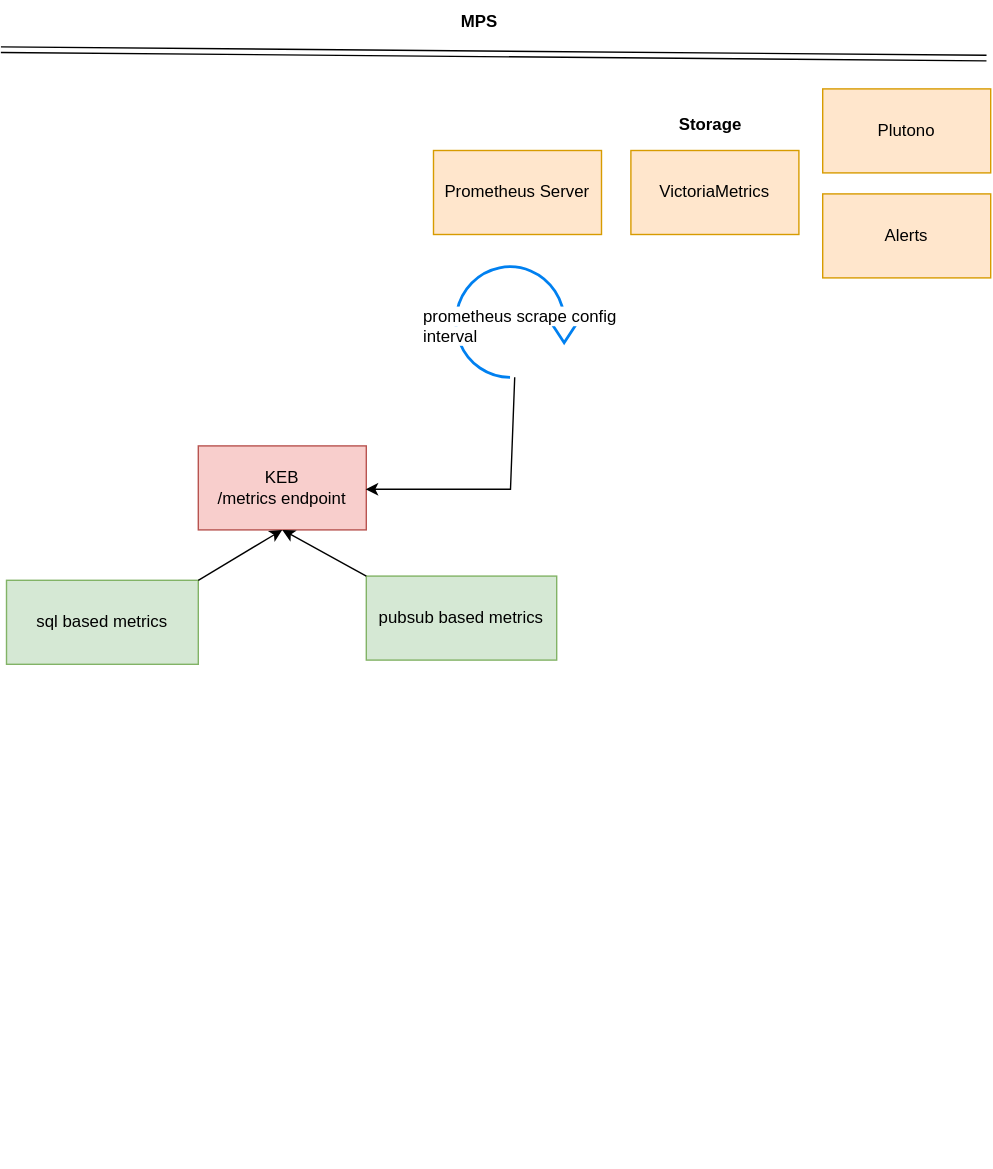
Above: docs/assets/metrics.svg in ukff/kyma-environment-broker (draw.io), before the change. Source tidied: cells renumbered, new cells last; positions are measured from the earlier drawing's top-left corner, leaving out a move shared by most shapes. The source it was exported from:
```xml
<mxGraphModel>
  <root>
    <mxCell id="0" />
    <mxCell id="1" parent="0" />
    <mxCell id="2" value="KEB&lt;br&gt;/metrics endpoint" style="rounded=0;whiteSpace=wrap;html=1;fillColor=#f8cecc;strokeColor=#b85450;" parent="1" vertex="1">
      <mxGeometry x="141" y="318" width="120" height="60" as="geometry" />
    </mxCell>
    <mxCell id="3" style="edgeStyle=orthogonalEdgeStyle;rounded=0;jettySize=auto;html=1;" parent="1" edge="1" source="4">
      <mxGeometry relative="1" as="geometry">
        <mxPoint x="260.5" y="349" as="targetPoint" />
        <Array as="points">
          <mxPoint x="364" y="349" />
        </Array>
      </mxGeometry>
    </mxCell>
    <mxCell id="4" style="html=1;verticalLabelPosition=bottom;align=center;labelBackgroundColor=#ffffff;verticalAlign=top;strokeWidth=2;strokeColor=#0080F0;shadow=0;dashed=0;shape=mxgraph.ios7.icons.reload;rotation=90;" parent="1" vertex="1">
      <mxGeometry x="329" y="186" width="79" height="87" as="geometry" />
    </mxCell>
    <mxCell id="5" value="&lt;span style=&quot;color: rgb(0, 0, 0); font-family: Helvetica; font-size: 12px; font-style: normal; font-variant-ligatures: normal; font-variant-caps: normal; font-weight: 400; letter-spacing: normal; orphans: 2; text-align: center; text-indent: 0px; text-transform: none; widows: 2; word-spacing: 0px; -webkit-text-stroke-width: 0px; background-color: rgb(255, 255, 255); text-decoration-thickness: initial; text-decoration-style: initial; text-decoration-color: initial; float: none; display: inline !important;&quot;&gt;prometheus scrape config interval&lt;/span&gt;" style="text;whiteSpace=wrap;html=1;" parent="1" vertex="1">
      <mxGeometry x="300" y="211.5" width="141" height="36" as="geometry" />
    </mxCell>
    <mxCell id="6" value="Prometheus Server" style="rounded=0;whiteSpace=wrap;html=1;fillColor=#ffe6cc;strokeColor=#d79b00;" parent="1" vertex="1">
      <mxGeometry x="309" y="107" width="120" height="60" as="geometry" />
    </mxCell>
    <mxCell id="7" value="VictoriaMetrics" style="rounded=0;whiteSpace=wrap;html=1;fillColor=#ffe6cc;strokeColor=#d79b00;" parent="1" vertex="1">
      <mxGeometry x="450" y="107" width="120" height="60" as="geometry" />
    </mxCell>
    <mxCell id="8" value="pubsub based metrics" style="rounded=0;whiteSpace=wrap;html=1;fillColor=#d5e8d4;strokeColor=#82b366;" parent="1" vertex="1">
      <mxGeometry x="261" y="411" width="136" height="60" as="geometry" />
    </mxCell>
    <mxCell id="9" value="sql based metrics" style="rounded=0;whiteSpace=wrap;html=1;fillColor=#d5e8d4;strokeColor=#82b366;" parent="1" vertex="1">
      <mxGeometry x="4" y="414" width="137" height="60" as="geometry" />
    </mxCell>
    <mxCell id="10" value="Plutono" style="rounded=0;whiteSpace=wrap;html=1;fillColor=#ffe6cc;strokeColor=#d79b00;" parent="1" vertex="1">
      <mxGeometry x="587" y="63" width="120" height="60" as="geometry" />
    </mxCell>
    <mxCell id="11" value="&lt;b&gt;Storage&lt;/b&gt;" style="text;html=1;strokeColor=none;fillColor=none;align=center;verticalAlign=middle;whiteSpace=wrap;rounded=0;" parent="1" vertex="1">
      <mxGeometry x="477" y="74" width="60" height="30" as="geometry" />
    </mxCell>
    <mxCell id="12" style="edgeStyle=orthogonalEdgeStyle;rounded=0;orthogonalLoop=1;jettySize=auto;html=1;exitX=0.5;exitY=1;exitDx=0;exitDy=0;" parent="1" edge="1">
      <mxGeometry relative="1" as="geometry">
        <mxPoint x="232" y="826" as="sourcePoint" />
        <mxPoint x="232" y="826" as="targetPoint" />
      </mxGeometry>
    </mxCell>
    <mxCell id="13" value="Alerts" style="rounded=0;whiteSpace=wrap;html=1;fillColor=#ffe6cc;strokeColor=#d79b00;" parent="1" vertex="1">
      <mxGeometry x="587" y="138" width="120" height="60" as="geometry" />
    </mxCell>
    <mxCell id="14" style="shape=link;html=1;rounded=0;" parent="1" edge="1">
      <mxGeometry relative="1" as="geometry">
        <mxPoint x="704" y="41" as="sourcePoint" />
        <mxPoint y="35" as="targetPoint" />
      </mxGeometry>
    </mxCell>
    <mxCell id="15" value="&lt;b&gt;MPS&lt;/b&gt;" style="text;html=1;strokeColor=none;fillColor=none;align=center;verticalAlign=middle;whiteSpace=wrap;rounded=0;" parent="1" vertex="1">
      <mxGeometry x="312" width="60" height="30" as="geometry" />
    </mxCell>
    <mxCell id="16" style="endArrow=classic;html=1;rounded=0;entryX=0.5;entryY=1;entryDx=0;entryDy=0;exitX=1;exitY=0;exitDx=0;exitDy=0;" parent="1" edge="1" source="9" target="2">
      <mxGeometry relative="1" as="geometry" />
    </mxCell>
    <mxCell id="17" style="endArrow=classic;html=1;rounded=0;entryX=0.5;entryY=1;entryDx=0;entryDy=0;exitX=0;exitY=0;exitDx=0;exitDy=0;" parent="1" edge="1" source="8" target="2">
      <mxGeometry relative="1" as="geometry" />
    </mxCell>
  </root>
</mxGraphModel>
```
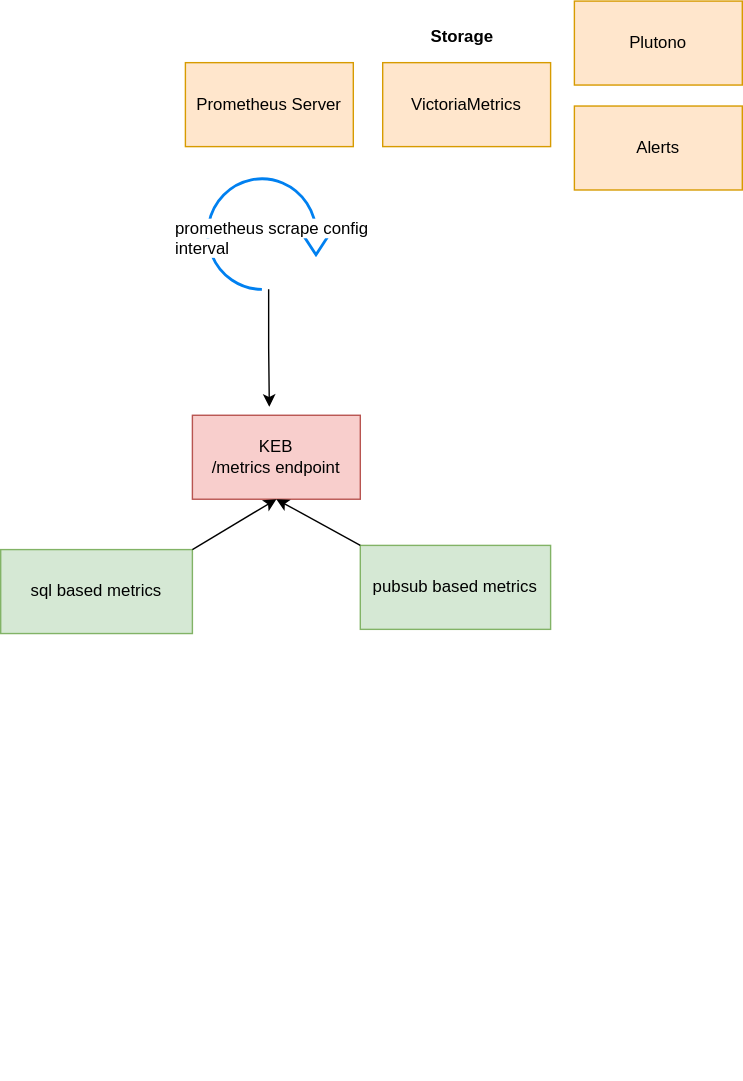
After the change.

The edit, as a diff of the source:
```diff
@@ -3,16 +3,13 @@
     <mxCell id="0" />
     <mxCell id="1" parent="0" />
     <mxCell id="2" value="KEB&lt;br&gt;/metrics endpoint" style="rounded=0;whiteSpace=wrap;html=1;fillColor=#f8cecc;strokeColor=#b85450;" parent="1" vertex="1">
-      <mxGeometry x="141" y="318" width="120" height="60" as="geometry" />
+      <mxGeometry x="314" y="359" width="120" height="60" as="geometry" />
     </mxCell>
-    <mxCell id="3" style="edgeStyle=orthogonalEdgeStyle;rounded=0;jettySize=auto;html=1;" parent="1" edge="1" source="4">
-      <mxGeometry relative="1" as="geometry">
-        <mxPoint x="260.5" y="349" as="targetPoint" />
-        <Array as="points">
-          <mxPoint x="364" y="349" />
-        </Array>
-      </mxGeometry>
-    </mxCell>
+    <mxCell id="18" style="edgeStyle=orthogonalEdgeStyle;rounded=0;jettySize=auto;html=1;" parent="1" edge="1" source="4">
+      <mxGeometry relative="1" as="geometry">
+        <mxPoint x="369" y="353" as="targetPoint" />
+      </mxGeometry>
+    </mxCell>
     <mxCell id="4" style="html=1;verticalLabelPosition=bottom;align=center;labelBackgroundColor=#ffffff;verticalAlign=top;strokeWidth=2;strokeColor=#0080F0;shadow=0;dashed=0;shape=mxgraph.ios7.icons.reload;rotation=90;" parent="1" vertex="1">
       <mxGeometry x="329" y="186" width="79" height="87" as="geometry" />
     </mxCell>
@@ -26,10 +23,10 @@
       <mxGeometry x="450" y="107" width="120" height="60" as="geometry" />
     </mxCell>
     <mxCell id="8" value="pubsub based metrics" style="rounded=0;whiteSpace=wrap;html=1;fillColor=#d5e8d4;strokeColor=#82b366;" parent="1" vertex="1">
-      <mxGeometry x="261" y="411" width="136" height="60" as="geometry" />
+      <mxGeometry x="434" y="452" width="136" height="60" as="geometry" />
     </mxCell>
     <mxCell id="9" value="sql based metrics" style="rounded=0;whiteSpace=wrap;html=1;fillColor=#d5e8d4;strokeColor=#82b366;" parent="1" vertex="1">
-      <mxGeometry x="4" y="414" width="137" height="60" as="geometry" />
+      <mxGeometry x="177" y="455" width="137" height="60" as="geometry" />
     </mxCell>
     <mxCell id="10" value="Plutono" style="rounded=0;whiteSpace=wrap;html=1;fillColor=#ffe6cc;strokeColor=#d79b00;" parent="1" vertex="1">
       <mxGeometry x="587" y="63" width="120" height="60" as="geometry" />
@@ -46,15 +43,6 @@
     <mxCell id="13" value="Alerts" style="rounded=0;whiteSpace=wrap;html=1;fillColor=#ffe6cc;strokeColor=#d79b00;" parent="1" vertex="1">
       <mxGeometry x="587" y="138" width="120" height="60" as="geometry" />
     </mxCell>
-    <mxCell id="14" style="shape=link;html=1;rounded=0;" parent="1" edge="1">
-      <mxGeometry relative="1" as="geometry">
-        <mxPoint x="704" y="41" as="sourcePoint" />
-        <mxPoint y="35" as="targetPoint" />
-      </mxGeometry>
-    </mxCell>
-    <mxCell id="15" value="&lt;b&gt;MPS&lt;/b&gt;" style="text;html=1;strokeColor=none;fillColor=none;align=center;verticalAlign=middle;whiteSpace=wrap;rounded=0;" parent="1" vertex="1">
-      <mxGeometry x="312" width="60" height="30" as="geometry" />
-    </mxCell>
     <mxCell id="16" style="endArrow=classic;html=1;rounded=0;entryX=0.5;entryY=1;entryDx=0;entryDy=0;exitX=1;exitY=0;exitDx=0;exitDy=0;" parent="1" edge="1" source="9" target="2">
       <mxGeometry relative="1" as="geometry" />
     </mxCell>
```
